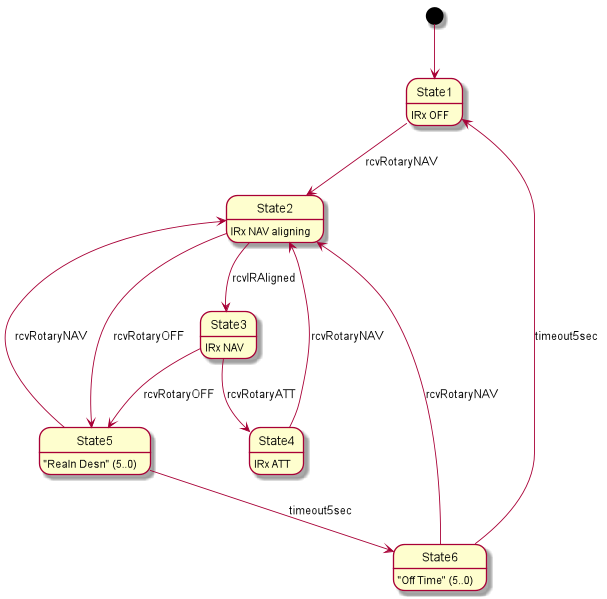
This is docu/images/stateIRx.png from buentead/ADIRS, a PlantUML export, as it was before one commit.
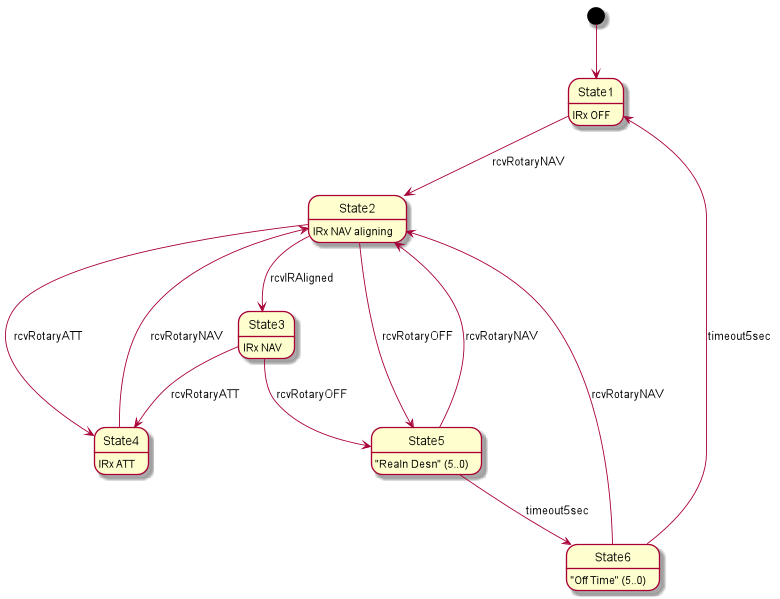
The same file after the commit.

Change to the diagram source:
```diff
@@ -6,6 +6,7 @@
 State1 --> State2 : rcvRotaryNAV
 State2 : IRx NAV aligning
 State2 --> State3 : rcvIRAligned
+State2 --> State4 : rcvRotaryATT
 State3 : IRx NAV
 State3 --> State4 : rcvRotaryATT
 State4 : IRx ATT
```
